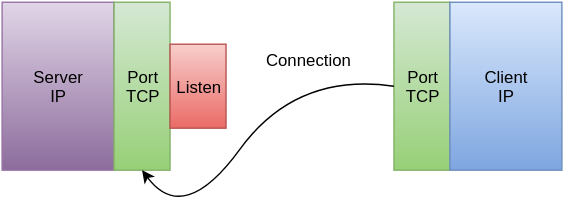
Before: figures/tcp-socket-schema-connected.svg, a diagram exported from draw.io (fladi/campus02-nowa-prg3). Source tidied: cells renumbered, new cells last; positions are measured from the earlier drawing's top-left corner, leaving out a move shared by most shapes. Its diagram source:
```xml
<mxGraphModel>
  <root>
    <mxCell id="0" />
    <mxCell id="1" parent="0" />
    <mxCell id="2" value="Server&lt;br&gt;IP&lt;br&gt;" style="whiteSpace=wrap;html=1;plain-purple;" parent="1" vertex="1">
      <mxGeometry width="80" height="120" as="geometry" />
    </mxCell>
    <mxCell id="3" value="Port&lt;br&gt;TCP&lt;br&gt;" style="whiteSpace=wrap;html=1;plain-green;" parent="1" vertex="1">
      <mxGeometry x="80" width="40" height="120" as="geometry" />
    </mxCell>
    <mxCell id="4" value="Port&lt;br&gt;TCP&lt;br&gt;" style="whiteSpace=wrap;html=1;plain-green;" parent="1" vertex="1">
      <mxGeometry x="280" width="40" height="120" as="geometry" />
    </mxCell>
    <mxCell id="5" value="Client&lt;br&gt;IP&lt;br&gt;" style="whiteSpace=wrap;html=1;plain-blue;" parent="1" vertex="1">
      <mxGeometry x="320" width="80" height="120" as="geometry" />
    </mxCell>
    <mxCell id="6" value="Listen" style="whiteSpace=wrap;html=1;plain-red;" parent="1" vertex="1">
      <mxGeometry x="120" y="30" width="40" height="60" as="geometry" />
    </mxCell>
    <mxCell id="7" style="curved=1;endArrow=classic;html=1;exitX=0;exitY=0.5;entryX=0.5;entryY=1;" parent="1" edge="1" source="4" target="3">
      <mxGeometry relative="1" as="geometry">
        <Array as="points">
          <mxPoint x="210" y="50" />
          <mxPoint x="130" y="160" />
        </Array>
      </mxGeometry>
    </mxCell>
    <mxCell id="8" value="Connection&lt;br&gt;" style="text;html=1;align=center;verticalAlign=middle;labelBackgroundColor=none;" parent="7" vertex="1">
      <mxGeometry x="0.71" y="40" relative="1" as="geometry">
        <mxPoint x="130" y="-133" as="offset" />
      </mxGeometry>
    </mxCell>
  </root>
</mxGraphModel>
```
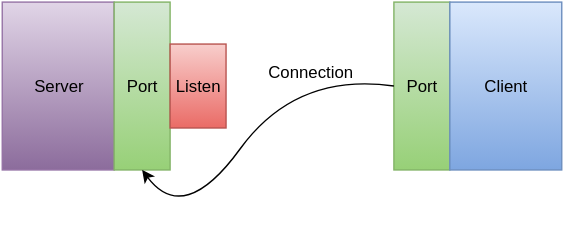
The same file after the commit.

What changed in the source:
```diff
@@ -2,16 +2,16 @@
   <root>
     <mxCell id="0" />
     <mxCell id="1" parent="0" />
-    <mxCell id="2" value="Server&lt;br&gt;IP&lt;br&gt;" style="whiteSpace=wrap;html=1;plain-purple;" parent="1" vertex="1">
+    <mxCell id="2" value="Server" style="whiteSpace=wrap;html=1;plain-purple;" parent="1" vertex="1">
       <mxGeometry width="80" height="120" as="geometry" />
     </mxCell>
-    <mxCell id="3" value="Port&lt;br&gt;TCP&lt;br&gt;" style="whiteSpace=wrap;html=1;plain-green;" parent="1" vertex="1">
+    <mxCell id="3" value="Port" style="whiteSpace=wrap;html=1;plain-green;" parent="1" vertex="1">
       <mxGeometry x="80" width="40" height="120" as="geometry" />
     </mxCell>
-    <mxCell id="4" value="Port&lt;br&gt;TCP&lt;br&gt;" style="whiteSpace=wrap;html=1;plain-green;" parent="1" vertex="1">
+    <mxCell id="4" value="Port" style="whiteSpace=wrap;html=1;plain-green;" parent="1" vertex="1">
       <mxGeometry x="280" width="40" height="120" as="geometry" />
     </mxCell>
-    <mxCell id="5" value="Client&lt;br&gt;IP&lt;br&gt;" style="whiteSpace=wrap;html=1;plain-blue;" parent="1" vertex="1">
+    <mxCell id="5" value="Client" style="whiteSpace=wrap;html=1;plain-blue;" parent="1" vertex="1">
       <mxGeometry x="320" width="80" height="120" as="geometry" />
     </mxCell>
     <mxCell id="6" value="Listen" style="whiteSpace=wrap;html=1;plain-red;" parent="1" vertex="1">
@@ -25,10 +25,8 @@
         </Array>
       </mxGeometry>
     </mxCell>
-    <mxCell id="8" value="Connection&lt;br&gt;" style="text;html=1;align=center;verticalAlign=middle;labelBackgroundColor=none;" parent="7" vertex="1">
-      <mxGeometry x="0.71" y="40" relative="1" as="geometry">
-        <mxPoint x="130" y="-133" as="offset" />
-      </mxGeometry>
+    <mxCell id="8" value="Connection" style="text;html=1;strokeColor=none;fillColor=none;align=center;verticalAlign=middle;whiteSpace=wrap;overflow=hidden;rounded=1;glass=0;dashed=1;" parent="1" vertex="1">
+      <mxGeometry x="160" y="40" width="120" height="20" as="geometry" />
     </mxCell>
   </root>
 </mxGraphModel>
```
